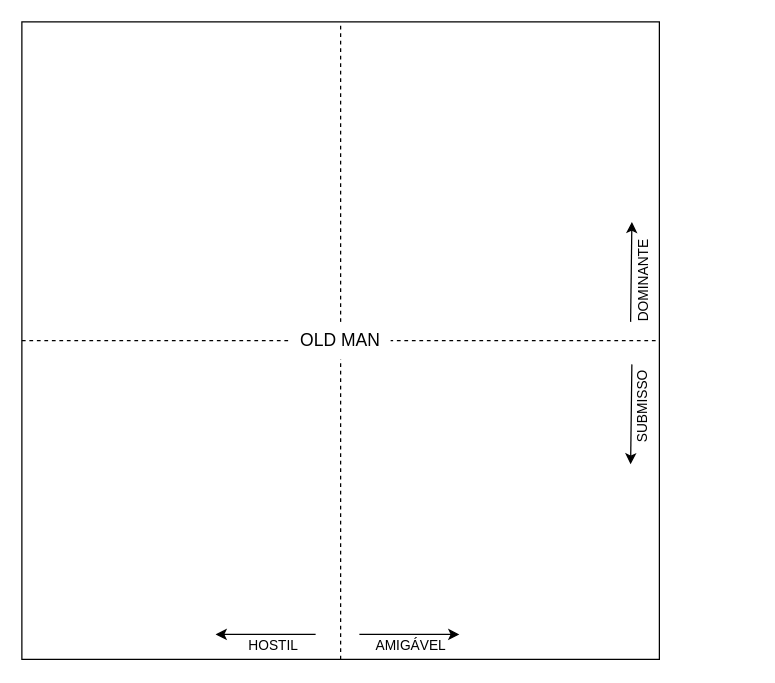
Before: drawio/relationship diagram/relationshipdiagram_OLDMAN.drawio in Anth0nyPereira/onegai, a draw.io diagram. Source tidied: cells renumbered, new cells numbered last; positions are measured from the earlier drawing's top-left corner, leaving out a move shared by most shapes. Both pictures are drawn from the tidied source at 125%, with x=0, y=0 at pixel (21, 21).
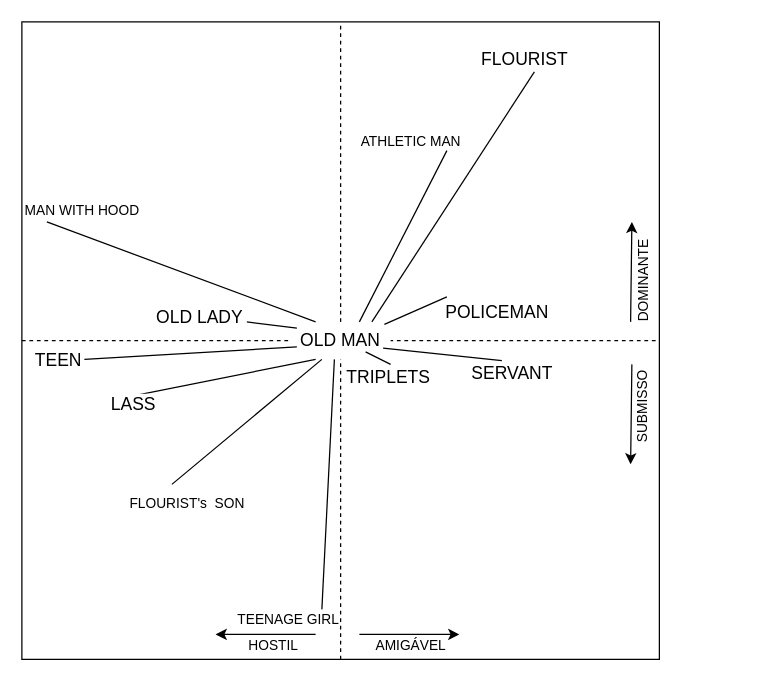
Above is the later version.

The change refers to these unchanged cells:
```xml
<mxCell id="2" style="group;fillColor=none;gradientColor=none;" parent="1" vertex="1">
  <mxGeometry width="585" height="510" as="geometry" />
</mxCell>
```

What changed in the source:
```diff
@@
+    <mxCell id="17" style="endArrow=none;html=1;rounded=0;" parent="2" edge="1">
+      <mxGeometry relative="1" as="geometry">
+        <mxPoint x="275" y="264" as="sourcePoint" />
+        <mxPoint x="295" y="274" as="targetPoint" />
+      </mxGeometry>
+    </mxCell>
+    <mxCell id="18" value="&lt;font style=&quot;font-size: 14px;&quot;&gt;TRIPLETS&lt;/font&gt;" style="edgeLabel;html=1;align=center;verticalAlign=middle;" parent="17" vertex="1">
+      <mxGeometry x="0.31" y="-3" relative="1" as="geometry">
+        <mxPoint x="5" y="10" as="offset" />
+      </mxGeometry>
+    </mxCell>
+    <mxCell id="19" style="endArrow=none;html=1;rounded=0;" parent="2" edge="1">
+      <mxGeometry relative="1" as="geometry">
+        <mxPoint x="280" y="240" as="sourcePoint" />
+        <mxPoint x="410" y="40" as="targetPoint" />
+      </mxGeometry>
+    </mxCell>
+    <mxCell id="20" value="&lt;font style=&quot;font-size: 14px;&quot;&gt;FLOURIST&lt;/font&gt;" style="edgeLabel;html=1;align=center;verticalAlign=middle;" parent="19" vertex="1">
+      <mxGeometry x="0.58" relative="1" as="geometry">
+        <mxPoint x="19" y="-53" as="offset" />
+      </mxGeometry>
+    </mxCell>
+    <mxCell id="21" style="endArrow=none;html=1;rounded=0;" parent="2" edge="1">
+      <mxGeometry relative="1" as="geometry">
+        <mxPoint x="290" y="242" as="sourcePoint" />
+        <mxPoint x="340" y="220" as="targetPoint" />
+      </mxGeometry>
+    </mxCell>
+    <mxCell id="22" value="&lt;font style=&quot;font-size: 14px;&quot;&gt;POLICEMAN&lt;/font&gt;" style="edgeLabel;html=1;align=center;verticalAlign=middle;" parent="21" vertex="1">
+      <mxGeometry x="0.38" y="1" relative="1" as="geometry">
+        <mxPoint x="55" y="6" as="offset" />
+      </mxGeometry>
+    </mxCell>
+    <mxCell id="23" style="endArrow=none;html=1;rounded=0;" parent="2" edge="1">
+      <mxGeometry relative="1" as="geometry">
+        <mxPoint x="50" y="270" as="sourcePoint" />
+        <mxPoint x="220" y="260" as="targetPoint" />
+      </mxGeometry>
+    </mxCell>
+    <mxCell id="24" value="&lt;font style=&quot;font-size: 14px;&quot;&gt;TEEN&lt;/font&gt;" style="edgeLabel;html=1;align=center;verticalAlign=middle;" parent="23" vertex="1">
+      <mxGeometry x="-0.82" y="1" relative="1" as="geometry">
+        <mxPoint x="-36" y="2" as="offset" />
+      </mxGeometry>
+    </mxCell>
+    <mxCell id="25" style="endArrow=none;html=1;rounded=0;" parent="2" edge="1">
+      <mxGeometry relative="1" as="geometry">
+        <mxPoint x="20" y="160" as="sourcePoint" />
+        <mxPoint x="235" y="240" as="targetPoint" />
+      </mxGeometry>
+    </mxCell>
+    <mxCell id="26" value="MAN WITH HOOD" style="edgeLabel;html=1;align=center;verticalAlign=middle;" parent="25" vertex="1">
+      <mxGeometry x="-0.73" y="-5" relative="1" as="geometry">
+        <mxPoint y="-25" as="offset" />
+      </mxGeometry>
+    </mxCell>
+    <mxCell id="27" style="endArrow=none;html=1;rounded=0;" parent="2" edge="1">
+      <mxGeometry relative="1" as="geometry">
+        <mxPoint x="180" y="240" as="sourcePoint" />
+        <mxPoint x="220" y="245" as="targetPoint" />
+      </mxGeometry>
+    </mxCell>
+    <mxCell id="28" value="&lt;font style=&quot;font-size: 14px;&quot;&gt;OLD LADY&lt;/font&gt;" style="edgeLabel;html=1;align=center;verticalAlign=middle;" parent="27" vertex="1">
+      <mxGeometry x="-0.38" y="-2" relative="1" as="geometry">
+        <mxPoint x="-50" y="-8" as="offset" />
+      </mxGeometry>
+    </mxCell>
+    <mxCell id="29" style="endArrow=none;html=1;rounded=0;" parent="2" edge="1">
+      <mxGeometry relative="1" as="geometry">
+        <mxPoint x="240" y="470" as="sourcePoint" />
+        <mxPoint x="250" y="270" as="targetPoint" />
+      </mxGeometry>
+    </mxCell>
+    <mxCell id="30" value="&lt;font style=&quot;font-size: 11px;&quot;&gt;TEENAGE GIRL&lt;/font&gt;" style="edgeLabel;html=1;align=center;verticalAlign=middle;" parent="29" vertex="1">
+      <mxGeometry x="-0.32" y="2" relative="1" as="geometry">
+        <mxPoint x="-29" y="76" as="offset" />
+      </mxGeometry>
+    </mxCell>
+    <mxCell id="31" style="endArrow=none;html=1;rounded=0;" parent="2" edge="1">
+      <mxGeometry relative="1" as="geometry">
+        <mxPoint x="85" y="300" as="sourcePoint" />
+        <mxPoint x="235" y="270" as="targetPoint" />
+      </mxGeometry>
+    </mxCell>
+    <mxCell id="32" value="&lt;font style=&quot;font-size: 14px;&quot;&gt;LASS&lt;/font&gt;" style="edgeLabel;html=1;align=center;verticalAlign=middle;" parent="31" vertex="1">
+      <mxGeometry x="-0.51" y="-3" relative="1" as="geometry">
+        <mxPoint x="-33" y="10" as="offset" />
+      </mxGeometry>
+    </mxCell>
+    <mxCell id="33" style="endArrow=none;html=1;rounded=0;" parent="2" edge="1">
+      <mxGeometry relative="1" as="geometry">
+        <mxPoint x="120" y="370" as="sourcePoint" />
+        <mxPoint x="240" y="270" as="targetPoint" />
+      </mxGeometry>
+    </mxCell>
+    <mxCell id="34" value="FLOURIST's&amp;nbsp; SON" style="edgeLabel;html=1;align=center;verticalAlign=middle;" parent="33" vertex="1">
+      <mxGeometry x="-0.61" y="1" relative="1" as="geometry">
+        <mxPoint x="-11" y="34" as="offset" />
+      </mxGeometry>
+    </mxCell>
+    <mxCell id="35" style="endArrow=none;html=1;rounded=0;" parent="2" edge="1">
+      <mxGeometry relative="1" as="geometry">
+        <mxPoint x="270" y="240" as="sourcePoint" />
+        <mxPoint x="340" y="103" as="targetPoint" />
+      </mxGeometry>
+    </mxCell>
+    <mxCell id="36" value="&lt;font style=&quot;font-size: 11px;&quot;&gt;ATHLETIC MAN&lt;/font&gt;" style="edgeLabel;html=1;align=center;verticalAlign=middle;" parent="35" vertex="1">
+      <mxGeometry x="0.76" y="-2" relative="1" as="geometry">
+        <mxPoint x="-23" y="-25" as="offset" />
+      </mxGeometry>
+    </mxCell>
+    <mxCell id="37" style="endArrow=none;html=1;rounded=0;" parent="2" edge="1">
+      <mxGeometry relative="1" as="geometry">
+        <mxPoint x="289" y="261" as="sourcePoint" />
+        <mxPoint x="384" y="271" as="targetPoint" />
+      </mxGeometry>
+    </mxCell>
+    <mxCell id="38" value="&lt;font style=&quot;font-size: 14px;&quot;&gt;SERVANT&lt;/font&gt;" style="edgeLabel;html=1;align=center;verticalAlign=middle;" parent="37" vertex="1">
+      <mxGeometry x="0.56" y="1" relative="1" as="geometry">
+        <mxPoint x="28" y="13" as="offset" />
+      </mxGeometry>
+    </mxCell>
```
